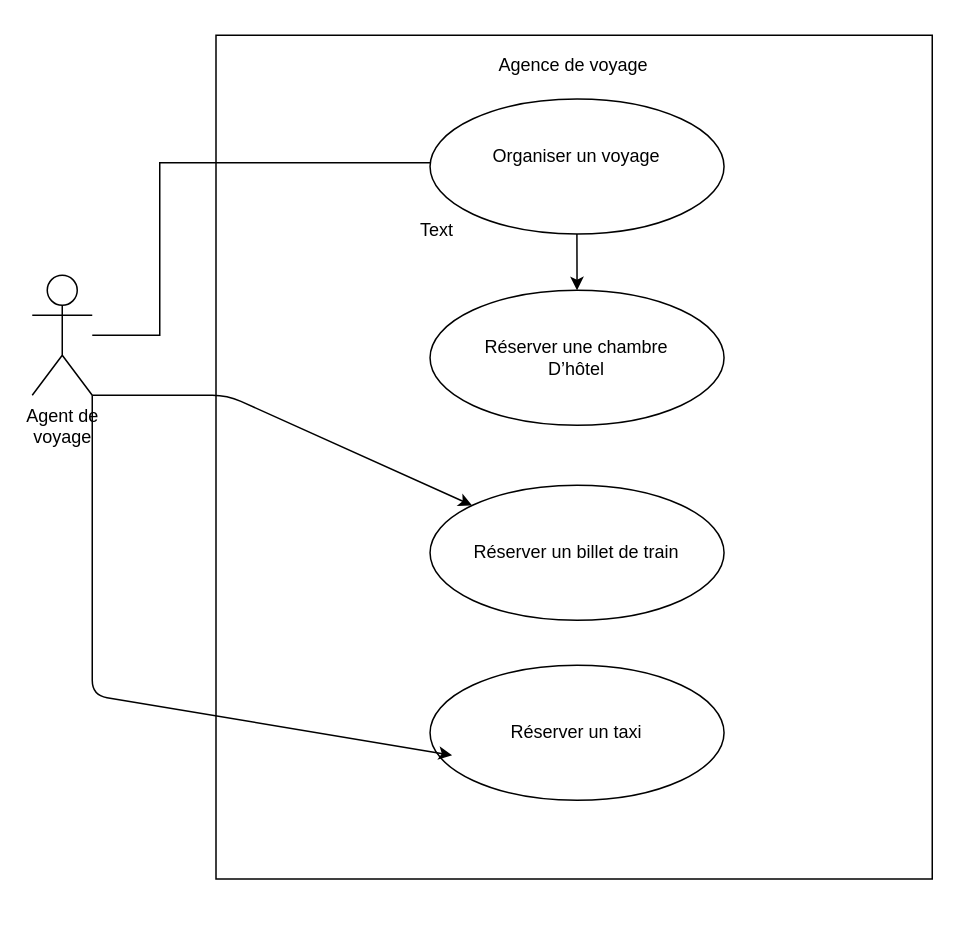
Above: Untitled Diagram.drawio in said11707/Diagramme-UML- (draw.io), before the change. Source tidied: cells renumbered, new cells numbered last; positions are measured from the earlier drawing's top-left corner, leaving out a move shared by most shapes. Both pictures are drawn from the tidied source at 150%, with x=0, y=0 at pixel (32, 50).
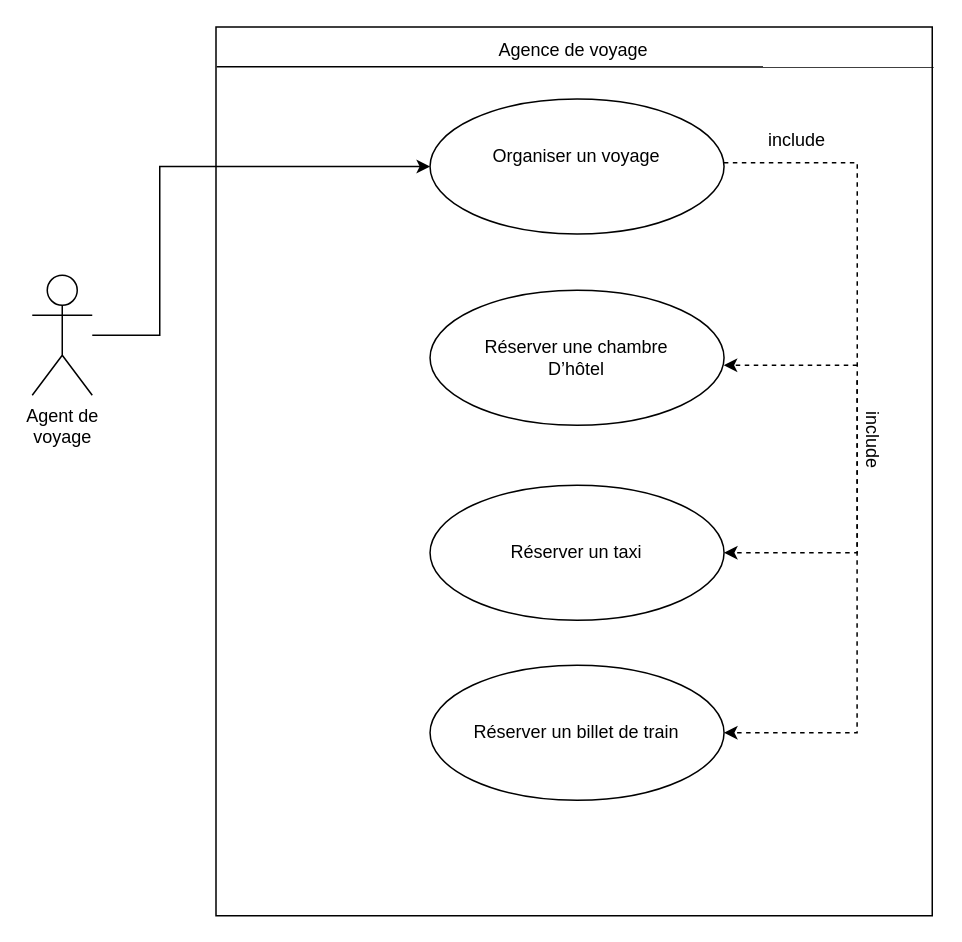
Above is the later version.

Unchanged cells that the change refers to:
```xml
<mxCell id="4" value="&lt;div&gt;Agent de &lt;br&gt;&lt;/div&gt;&lt;div&gt;voyage&lt;br&gt;&lt;/div&gt;" style="shape=umlActor;verticalLabelPosition=bottom;verticalAlign=top;html=1;outlineConnect=0;" parent="1" vertex="1">
  <mxGeometry y="150" width="40" height="80" as="geometry" />
</mxCell>
<mxCell id="5" value="&lt;div&gt;Réserver une chambre&lt;/div&gt;&lt;div&gt;D’hôtel &lt;br&gt;&lt;/div&gt;" style="ellipse;whiteSpace=wrap;html=1;" parent="1" vertex="1">
  <mxGeometry x="265.2" y="160" width="196" height="90" as="geometry" />
</mxCell>
<mxCell id="8" value="&lt;div&gt;Organiser un voyage&lt;/div&gt;&lt;div&gt;&lt;br&gt;&lt;/div&gt;" style="ellipse;whiteSpace=wrap;html=1;" parent="1" vertex="1">
  <mxGeometry x="265.2" y="32.5" width="196" height="90" as="geometry" />
</mxCell>
```

Change to the diagram source:
```diff
@@
     <mxCell id="2" style="rounded=0;whiteSpace=wrap;html=1;rotation=90;" parent="1" vertex="1">
-      <mxGeometry x="80" y="32.5" width="562.5" height="477.5" as="geometry" />
+      <mxGeometry x="65" y="42" width="592.5" height="477.5" as="geometry" />
     </mxCell>
-    <mxCell id="3" style="edgeStyle=orthogonalEdgeStyle;rounded=0;jettySize=auto;html=1;" parent="1" edge="1" source="4" target="5">
+    <mxCell id="3" style="edgeStyle=orthogonalEdgeStyle;rounded=0;jettySize=auto;html=1;entryX=0;entryY=0.5;entryDx=0;entryDy=0;" parent="1" edge="1" source="4" target="8">
       <mxGeometry relative="1" as="geometry">
         <Array as="points">
           <mxPoint x="85" y="190" />
-          <mxPoint x="85" y="75" />
-          <mxPoint x="363" y="75" />
+          <mxPoint x="85" y="78" />
         </Array>
       </mxGeometry>
     </mxCell>
@@
-    <mxCell id="6" value="Réserver un taxi" style="ellipse;whiteSpace=wrap;html=1;" parent="1" vertex="1">
+    <mxCell id="6" value="Réserver un billet de train" style="ellipse;whiteSpace=wrap;html=1;" parent="1" vertex="1">
       <mxGeometry x="265.2" y="410" width="196" height="90" as="geometry" />
     </mxCell>
-    <mxCell id="7" value="Réserver un billet de train" style="ellipse;whiteSpace=wrap;html=1;" parent="1" vertex="1">
+    <mxCell id="7" value="Réserver un taxi" style="ellipse;whiteSpace=wrap;html=1;" parent="1" vertex="1">
       <mxGeometry x="265.2" y="290" width="196" height="90" as="geometry" />
     </mxCell>
@@
-    <mxCell id="9" style="endArrow=classic;html=1;" parent="1" edge="1" target="7">
-      <mxGeometry relative="1" as="geometry">
-        <mxPoint x="40" y="230" as="sourcePoint" />
-        <Array as="points">
-          <mxPoint x="130" y="230" />
-        </Array>
-      </mxGeometry>
-    </mxCell>
-    <mxCell id="10" style="endArrow=classic;html=1;exitX=1;exitY=1;exitDx=0;exitDy=0;exitPerimeter=0;entryX=0.075;entryY=0.667;entryDx=0;entryDy=0;entryPerimeter=0;" parent="1" edge="1" source="4" target="6">
-      <mxGeometry relative="1" as="geometry">
-        <Array as="points">
-          <mxPoint x="40" y="430" />
-        </Array>
-      </mxGeometry>
-    </mxCell>
-    <mxCell id="11" value="Text" style="text;html=1;strokeColor=none;fillColor=none;align=center;verticalAlign=middle;whiteSpace=wrap;rounded=0;" parent="1" vertex="1">
-      <mxGeometry x="250" y="110" width="40" height="20" as="geometry" />
-    </mxCell>
     <mxCell id="12" value="Agence de voyage " style="text;html=1;strokeColor=none;fillColor=none;align=center;verticalAlign=middle;whiteSpace=wrap;rounded=0;" parent="1" vertex="1">
-      <mxGeometry x="261.2" width="200" height="20" as="geometry" />
+      <mxGeometry x="261.2" y="-10" width="200" height="20" as="geometry" />
     </mxCell>
+    <mxCell id="13" style="edgeStyle=orthogonalEdgeStyle;rounded=0;jettySize=auto;html=1;entryX=1;entryY=0.5;entryDx=0;entryDy=0;dashed=1;" parent="1" edge="1" source="8" target="7">
+      <mxGeometry relative="1" as="geometry">
+        <Array as="points">
+          <mxPoint x="550" y="75" />
+          <mxPoint x="550" y="335" />
+        </Array>
+      </mxGeometry>
+    </mxCell>
+    <mxCell id="14" style="edgeStyle=orthogonalEdgeStyle;rounded=0;jettySize=auto;html=1;entryX=1;entryY=0.5;entryDx=0;entryDy=0;dashed=1;" parent="1" edge="1" target="6">
+      <mxGeometry relative="1" as="geometry">
+        <mxPoint x="549.9" y="220" as="sourcePoint" />
+        <Array as="points">
+          <mxPoint x="550" y="455" />
+        </Array>
+      </mxGeometry>
+    </mxCell>
+    <mxCell id="15" style="endArrow=classic;html=1;dashed=1;" parent="1" edge="1">
+      <mxGeometry relative="1" as="geometry">
+        <mxPoint x="550" y="210" as="sourcePoint" />
+        <mxPoint x="461" y="210" as="targetPoint" />
+      </mxGeometry>
+    </mxCell>
+    <mxCell id="16" style="endArrow=none;html=1;entryX=0.045;entryY=-0.002;entryDx=0;entryDy=0;entryPerimeter=0;" parent="1" edge="1" target="2">
+      <mxGeometry relative="1" as="geometry">
+        <mxPoint x="123" y="11" as="sourcePoint" />
+      </mxGeometry>
+    </mxCell>
+    <mxCell id="17" value="include" style="text;html=1;strokeColor=none;fillColor=none;align=center;verticalAlign=middle;whiteSpace=wrap;rounded=0;rotation=0;" parent="1" vertex="1">
+      <mxGeometry x="490" y="50" width="40" height="20" as="geometry" />
+    </mxCell>
+    <mxCell id="18" value="include" style="text;html=1;strokeColor=none;fillColor=none;align=center;verticalAlign=middle;whiteSpace=wrap;rounded=0;rotation=90;" parent="1" vertex="1">
+      <mxGeometry x="540" y="250" width="40" height="20" as="geometry" />
+    </mxCell>
```
